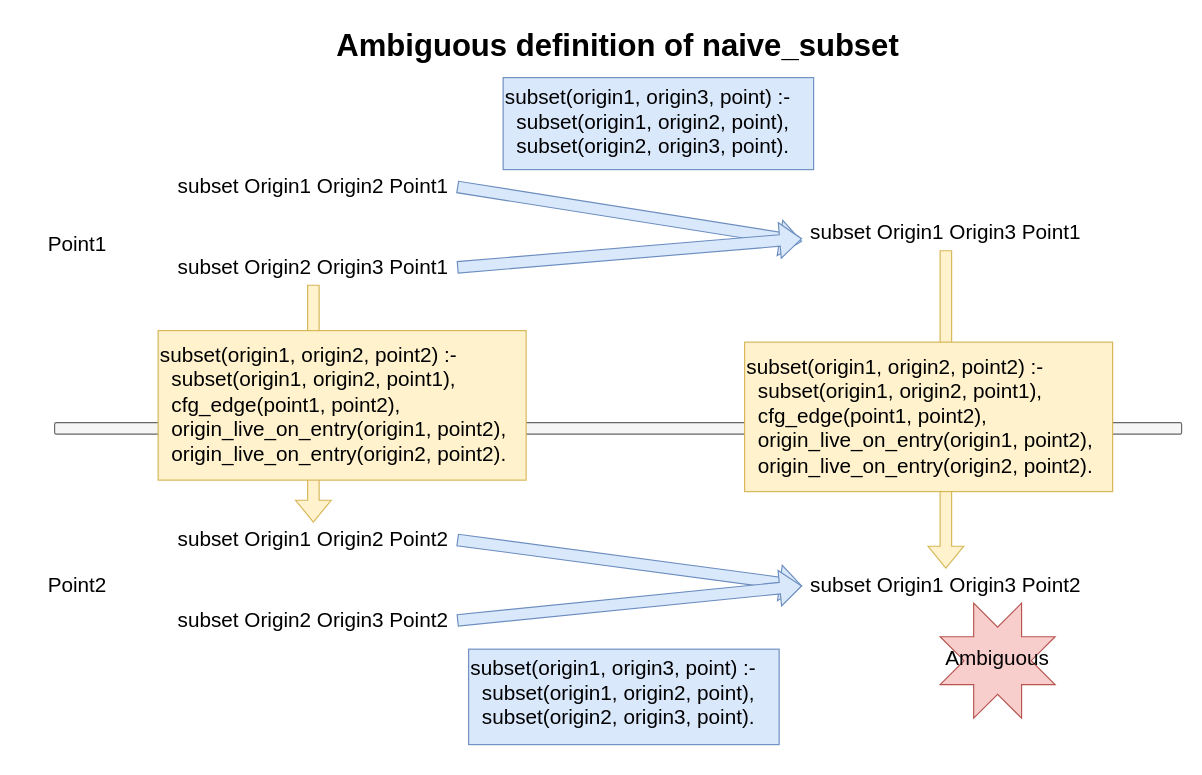
This is presentation/ambiguous.drawio from lengyijun/polonius-proof, a draw.io file, before an edit. Source tidied: cells renumbered, new cells numbered last; positions are measured from the earlier drawing's top-left corner, leaving out a move shared by most shapes. Both pictures are drawn from the tidied source at 115%, with x=0, y=0 at pixel (20, 20).
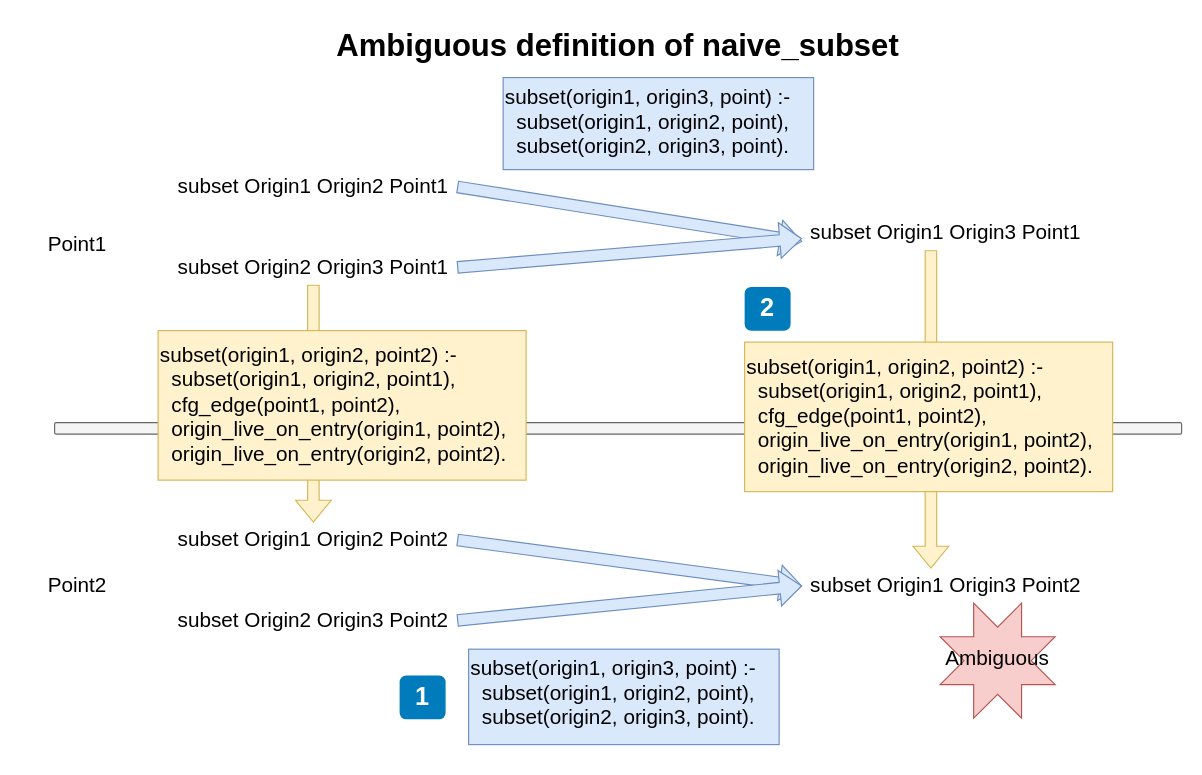
The same page after the edit.

The change refers to these unchanged cells:
```xml
<mxCell id="8" value="subset Origin1 Origin3 Point1" style="text;html=1;strokeColor=none;fillColor=none;align=center;verticalAlign=middle;whiteSpace=wrap;rounded=0;fontSize=18;" parent="1" vertex="1">
  <mxGeometry x="680" y="170" width="250" height="30" as="geometry" />
</mxCell>
<mxCell id="11" value="subset Origin1 Origin3 Point2" style="text;html=1;strokeColor=none;fillColor=none;align=center;verticalAlign=middle;whiteSpace=wrap;rounded=0;fontSize=18;" parent="1" vertex="1">
  <mxGeometry x="680" y="477" width="250" height="30" as="geometry" />
</mxCell>
```

What changed in the source:
```diff
@@
-    <mxCell id="16" style="shape=flexArrow;endArrow=classic;html=1;rounded=0;fontSize=18;entryX=0.5;entryY=0;entryDx=0;entryDy=0;exitX=0.5;exitY=1;exitDx=0;exitDy=0;fillColor=#fff2cc;strokeColor=#d6b656;" parent="1" edge="1" source="8" target="11">
-      <mxGeometry relative="1" as="geometry" />
+    <mxCell id="16" style="shape=flexArrow;endArrow=classic;html=1;rounded=0;fontSize=18;entryX=0.5;entryY=0;entryDx=0;entryDy=0;exitX=0.5;exitY=1;exitDx=0;exitDy=0;fillColor=#fff2cc;strokeColor=#d6b656;" parent="1" edge="1">
+      <mxGeometry relative="1" as="geometry">
+        <mxPoint x="792" y="200" as="sourcePoint" />
+        <mxPoint x="792" y="477" as="targetPoint" />
+      </mxGeometry>
     </mxCell>
@@
+    <mxCell id="24" value="1" style="rounded=1;whiteSpace=wrap;html=1;fillColor=#007CBD;strokeColor=none;fontColor=#FFFFFF;fontStyle=1;fontSize=22;" parent="1" vertex="1">
+      <mxGeometry x="330" y="570" width="40" height="38" as="geometry" />
+    </mxCell>
+    <mxCell id="25" value="2" style="rounded=1;whiteSpace=wrap;html=1;fillColor=#007CBD;strokeColor=none;fontColor=#FFFFFF;fontStyle=1;fontSize=22;" parent="1" vertex="1">
+      <mxGeometry x="630" y="232" width="40" height="38" as="geometry" />
+    </mxCell>
```
